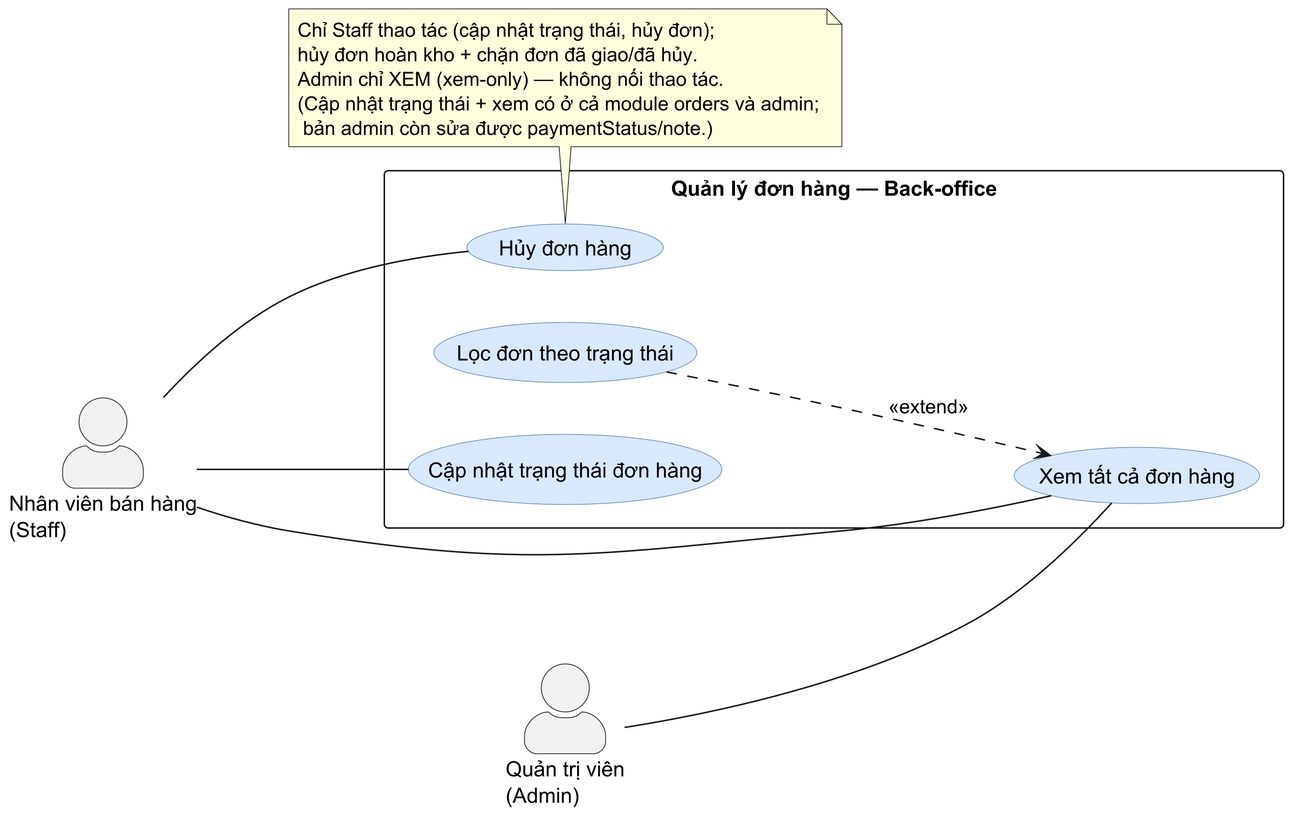
MinhThang1009/E-commerce-website keeps this PlantUML diagram as diagrams/usecase/usecase-14-orders-admin.png. Above is the earlier version. The source it was exported from:
```plantuml
@startuml usecase-14-orders-admin
left to right direction
skinparam dpi 300
skinparam backgroundColor #FFFFFF
skinparam shadowing false
skinparam packageStyle rectangle
skinparam usecase {
  BackgroundColor #DAE8FC
  BorderColor #6C8EBF
}
skinparam actorStyle awesome

actor "Nhân viên bán hàng\n(Staff)" as staff
actor "Quản trị viên\n(Admin)" as admin

rectangle "Quản lý đơn hàng — Back-office" {
  usecase "Xem tất cả đơn hàng" as UC_all
  usecase "Lọc đơn theo trạng thái" as UC_filter
  usecase "Cập nhật trạng thái đơn hàng" as UC_status
  usecase "Hủy đơn hàng" as UC_cancel

  UC_filter ..> UC_all : <<extend>>
}

staff -- UC_all
staff -- UC_status
staff -- UC_cancel
admin -- UC_all

note bottom of UC_cancel
  Chỉ Staff thao tác (cập nhật trạng thái, hủy đơn);
  hủy đơn hoàn kho + chặn đơn đã giao/đã hủy.
  Admin chỉ XEM (xem-only) — không nối thao tác.
  (Cập nhật trạng thái + xem có ở cả module orders và admin;
   bản admin còn sửa được paymentStatus/note.)
end note
@enduml
```
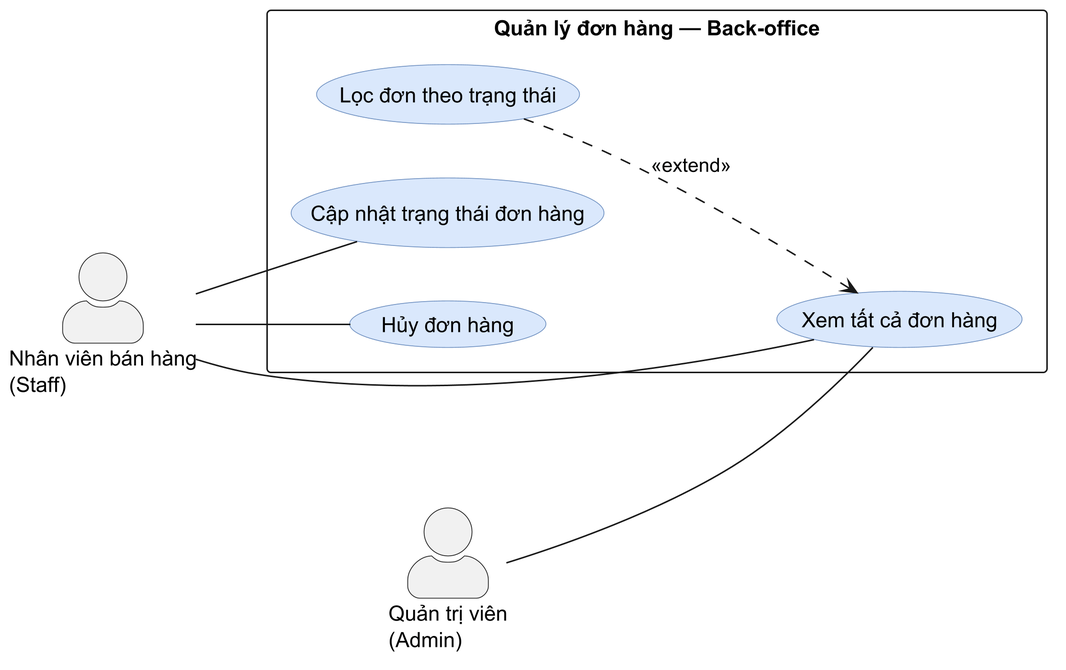
The same file after the commit.

The edit, as a diff of the source:
```diff
@@ -27,11 +27,4 @@
 staff -- UC_cancel
 admin -- UC_all
 
-note bottom of UC_cancel
-  Chỉ Staff thao tác (cập nhật trạng thái, hủy đơn);
-  hủy đơn hoàn kho + chặn đơn đã giao/đã hủy.
-  Admin chỉ XEM (xem-only) — không nối thao tác.
-  (Cập nhật trạng thái + xem có ở cả module orders và admin;
-   bản admin còn sửa được paymentStatus/note.)
-end note
 @enduml
```
